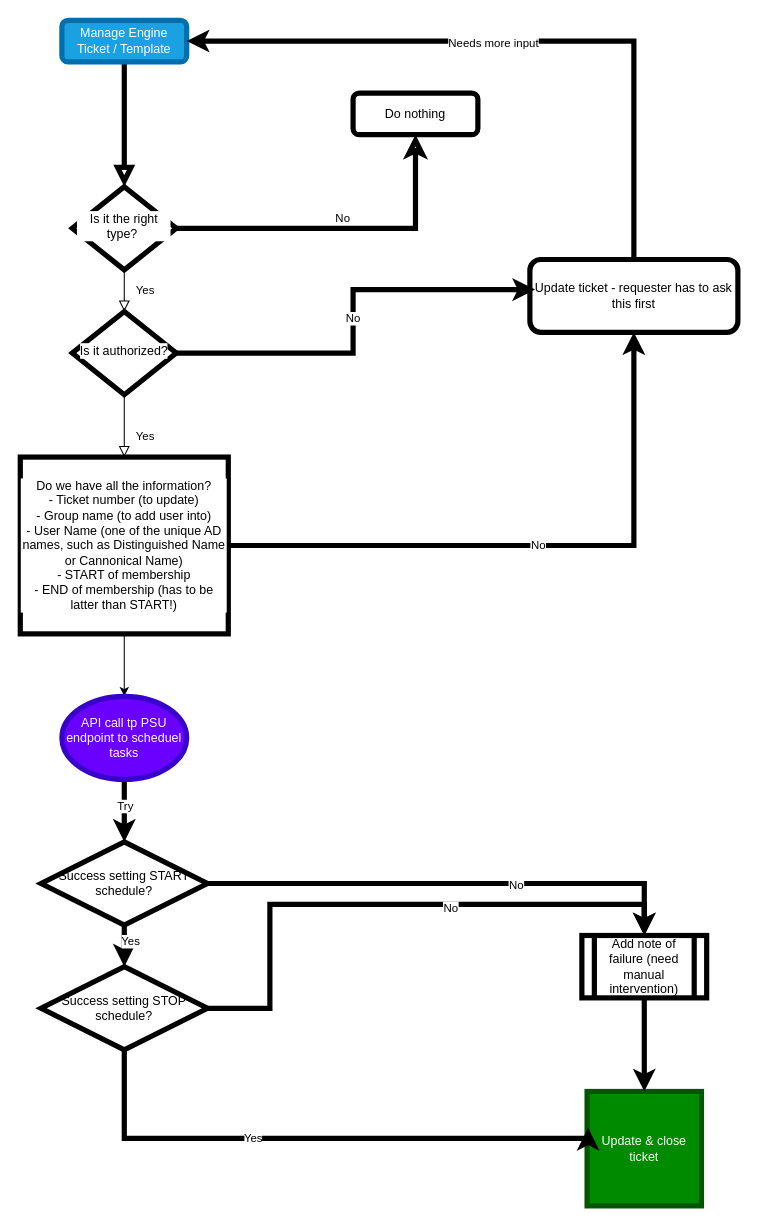
fabricesemti80/diagrams keeps this draw.io diagram as temp-AD-Group-membership.drawio. Above is the earlier version. Source tidied: cells renumbered, new cells numbered last; positions are measured from the earlier drawing's top-left corner, leaving out a move shared by most shapes. Both pictures are drawn from the tidied source at 104%, with x=0, y=0 at pixel (20, 20).
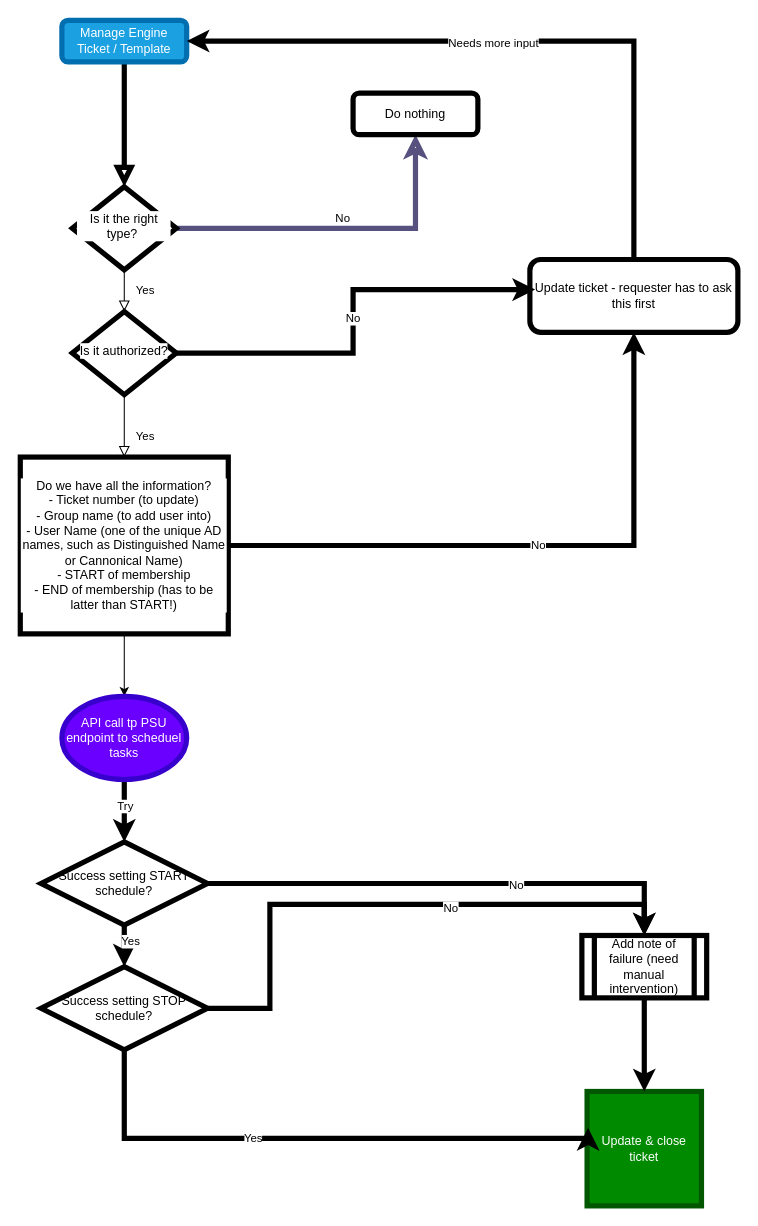
The same diagram, later.

Unchanged cells that the change refers to:
```xml
<mxCell id="6" value="Is it the right type?&amp;nbsp;" style="rhombus;whiteSpace=wrap;html=1;shadow=0;fontFamily=Helvetica;fontSize=12;align=center;strokeWidth=5;spacing=6;spacingTop=-4;rounded=0;strokeColor=default;verticalAlign=middle;fontColor=default;labelBackgroundColor=default;fillColor=default;" parent="1" vertex="1">
  <mxGeometry x="50" y="160" width="100" height="80" as="geometry" />
</mxCell>
<mxCell id="7" value="Do nothing" style="rounded=1;whiteSpace=wrap;html=1;fontSize=12;glass=0;strokeWidth=5;shadow=0;" parent="1" vertex="1">
  <mxGeometry x="320" y="70" width="120" height="40" as="geometry" />
</mxCell>
```

Diff of the diagram source:
```diff
@@
-    <mxCell id="5" value="No" style="edgeStyle=orthogonalEdgeStyle;rounded=0;html=1;jettySize=auto;fontSize=11;endArrow=classic;endFill=0;endSize=8;strokeWidth=5;shadow=0;labelBackgroundColor=default;strokeColor=light-dark(#000000,#FFFF33);align=center;verticalAlign=middle;fontFamily=Helvetica;fontColor=default;" parent="1" edge="1" source="6" target="7">
+    <mxCell id="5" value="No" style="edgeStyle=orthogonalEdgeStyle;rounded=0;html=1;jettySize=auto;fontSize=11;endArrow=classic;endFill=0;endSize=8;strokeWidth=5;shadow=0;labelBackgroundColor=default;strokeColor=#56517e;align=center;verticalAlign=middle;fontFamily=Helvetica;fontColor=default;fillColor=#d0cee2;" parent="1" edge="1" source="6" target="7">
       <mxGeometry y="10" relative="1" as="geometry" />
     </mxCell>
```
